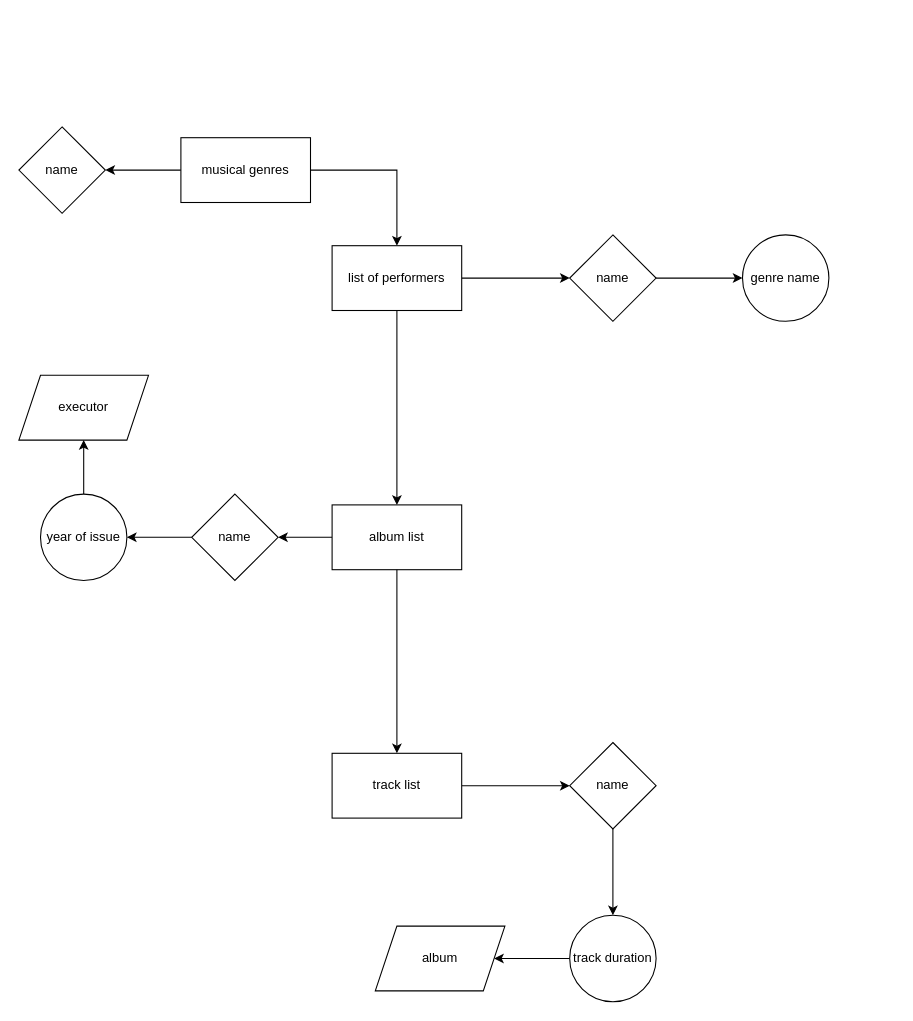
Before: Диаграмма без названия.drawio in iseleka/bd-1, a draw.io diagram. Source tidied: cells renumbered, new cells numbered last; positions are measured from the earlier drawing's top-left corner, leaving out a move shared by most shapes. Both pictures are drawn from the tidied source at 108%, with x=0, y=0 at pixel (18, 126).
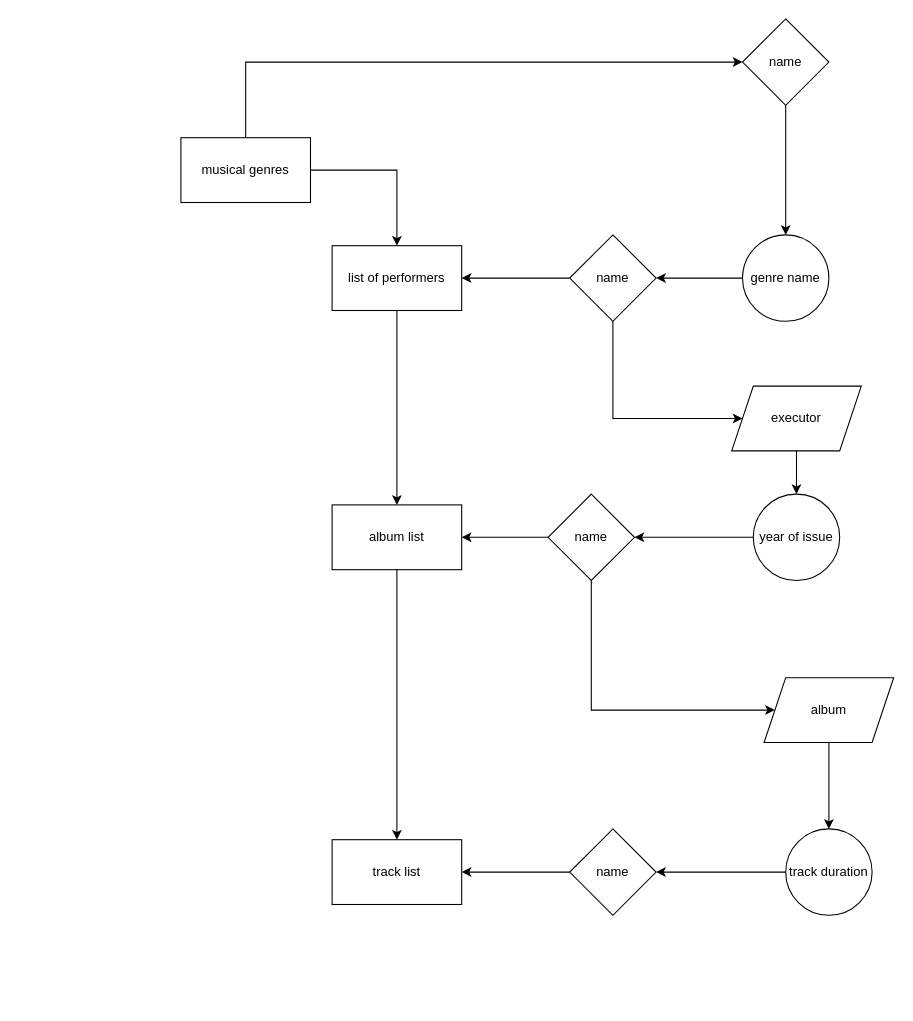
The same page after the edit.

The change refers to these unchanged cells:
```xml
<mxCell id="3" value="musical genres" style="rounded=0;whiteSpace=wrap;html=1;" parent="1" vertex="1">
  <mxGeometry x="150" y="10" width="120" height="60" as="geometry" />
</mxCell>
<mxCell id="6" value="list of performers" style="rounded=0;whiteSpace=wrap;html=1;" parent="1" vertex="1">
  <mxGeometry x="290" y="110" width="120" height="60" as="geometry" />
</mxCell>
<mxCell id="9" value="album list" style="rounded=0;whiteSpace=wrap;html=1;" parent="1" vertex="1">
  <mxGeometry x="290" y="350" width="120" height="60" as="geometry" />
</mxCell>
<mxCell id="15" value="name" style="rhombus;whiteSpace=wrap;html=1;rounded=0;" parent="1" vertex="1">
  <mxGeometry x="510" y="100" width="80" height="80" as="geometry" />
</mxCell>
<mxCell id="16" value="genre name" style="ellipse;whiteSpace=wrap;html=1;rounded=0;" parent="1" vertex="1">
  <mxGeometry x="670" y="100" width="80" height="80" as="geometry" />
</mxCell>
```

The edit, as a diff of the source:
```diff
@@
-    <mxCell id="2" style="edgeStyle=orthogonalEdgeStyle;rounded=0;jettySize=auto;html=1;" parent="1" edge="1" source="3" target="13">
-      <mxGeometry relative="1" as="geometry" />
-    </mxCell>
@@
-    <mxCell id="5" style="edgeStyle=orthogonalEdgeStyle;rounded=0;jettySize=auto;html=1;" parent="1" edge="1" source="6" target="15">
-      <mxGeometry relative="1" as="geometry" />
-    </mxCell>
@@
-    <mxCell id="8" style="edgeStyle=orthogonalEdgeStyle;rounded=0;jettySize=auto;html=1;" parent="1" edge="1" source="9" target="18">
-      <mxGeometry relative="1" as="geometry" />
-    </mxCell>
@@
-    <mxCell id="11" style="edgeStyle=orthogonalEdgeStyle;rounded=0;jettySize=auto;html=1;" parent="1" edge="1" source="12" target="23">
-      <mxGeometry relative="1" as="geometry" />
-    </mxCell>
     <mxCell id="12" value="track list" style="rounded=0;whiteSpace=wrap;html=1;" parent="1" vertex="1">
-      <mxGeometry x="290" y="580" width="120" height="60" as="geometry" />
+      <mxGeometry x="290" y="660" width="120" height="60" as="geometry" />
     </mxCell>
     <mxCell id="13" value="name" style="rhombus;whiteSpace=wrap;html=1;rounded=0;" parent="1" vertex="1">
-      <mxGeometry width="80" height="80" as="geometry" />
+      <mxGeometry x="670" y="-100" width="80" height="80" as="geometry" />
     </mxCell>
-    <mxCell id="14" style="edgeStyle=orthogonalEdgeStyle;rounded=0;jettySize=auto;html=1;" parent="1" edge="1" source="15" target="16">
-      <mxGeometry relative="1" as="geometry" />
-    </mxCell>
+    <mxCell id="27" style="edgeStyle=orthogonalEdgeStyle;rounded=0;jettySize=auto;html=1;" parent="1" edge="1" source="15" target="6">
+      <mxGeometry relative="1" as="geometry" />
+    </mxCell>
@@
+    <mxCell id="28" style="edgeStyle=orthogonalEdgeStyle;rounded=0;jettySize=auto;html=1;" parent="1" edge="1" source="16" target="15">
+      <mxGeometry relative="1" as="geometry" />
+    </mxCell>
@@
-    <mxCell id="17" style="edgeStyle=orthogonalEdgeStyle;rounded=0;jettySize=auto;html=1;" parent="1" edge="1" source="18" target="20">
-      <mxGeometry relative="1" as="geometry" />
-    </mxCell>
+    <mxCell id="29" style="edgeStyle=orthogonalEdgeStyle;rounded=0;jettySize=auto;html=1;" parent="1" edge="1" source="18" target="9">
+      <mxGeometry relative="1" as="geometry" />
+    </mxCell>
     <mxCell id="18" value="name" style="rhombus;whiteSpace=wrap;html=1;rounded=0;" parent="1" vertex="1">
-      <mxGeometry x="160" y="340" width="80" height="80" as="geometry" />
+      <mxGeometry x="490" y="340" width="80" height="80" as="geometry" />
     </mxCell>
-    <mxCell id="19" style="edgeStyle=orthogonalEdgeStyle;rounded=0;jettySize=auto;html=1;" parent="1" edge="1" source="20" target="21">
-      <mxGeometry relative="1" as="geometry" />
-    </mxCell>
+    <mxCell id="30" style="edgeStyle=orthogonalEdgeStyle;rounded=0;jettySize=auto;html=1;" parent="1" edge="1" source="20" target="18">
+      <mxGeometry relative="1" as="geometry" />
+    </mxCell>
     <mxCell id="20" value="year of issue" style="ellipse;whiteSpace=wrap;html=1;rounded=0;" parent="1" vertex="1">
-      <mxGeometry x="20" y="340" width="80" height="80" as="geometry" />
+      <mxGeometry x="680" y="340" width="80" height="80" as="geometry" />
     </mxCell>
     <mxCell id="21" value="executor" style="shape=parallelogram;perimeter=parallelogramPerimeter;whiteSpace=wrap;html=1;fixedSize=1;rounded=0;" parent="1" vertex="1">
-      <mxGeometry y="230" width="120" height="60" as="geometry" />
+      <mxGeometry x="660" y="240" width="120" height="60" as="geometry" />
     </mxCell>
-    <mxCell id="22" style="edgeStyle=orthogonalEdgeStyle;rounded=0;jettySize=auto;html=1;" parent="1" edge="1" source="23" target="25">
-      <mxGeometry relative="1" as="geometry" />
-    </mxCell>
     <mxCell id="23" value="name" style="rhombus;whiteSpace=wrap;html=1;rounded=0;" parent="1" vertex="1">
-      <mxGeometry x="510" y="570" width="80" height="80" as="geometry" />
+      <mxGeometry x="510" y="650" width="80" height="80" as="geometry" />
     </mxCell>
-    <mxCell id="24" style="edgeStyle=orthogonalEdgeStyle;rounded=0;jettySize=auto;html=1;" parent="1" edge="1" source="25" target="26">
-      <mxGeometry relative="1" as="geometry" />
-    </mxCell>
     <mxCell id="25" value="track duration" style="ellipse;whiteSpace=wrap;html=1;rounded=0;" parent="1" vertex="1">
-      <mxGeometry x="510" y="730" width="80" height="80" as="geometry" />
+      <mxGeometry x="710" y="650" width="80" height="80" as="geometry" />
     </mxCell>
+    <mxCell id="31" style="edgeStyle=orthogonalEdgeStyle;rounded=0;jettySize=auto;html=1;" parent="1" edge="1" source="26" target="25">
+      <mxGeometry relative="1" as="geometry" />
+    </mxCell>
     <mxCell id="26" value="album" style="shape=parallelogram;perimeter=parallelogramPerimeter;whiteSpace=wrap;html=1;fixedSize=1;rounded=0;" parent="1" vertex="1">
-      <mxGeometry x="330" y="740" width="120" height="60" as="geometry" />
+      <mxGeometry x="690" y="510" width="120" height="60" as="geometry" />
     </mxCell>
+    <mxCell id="32" style="endArrow=classic;html=1;rounded=0;exitX=0.5;exitY=1;exitDx=0;exitDy=0;" parent="1" edge="1" source="15" target="21">
+      <mxGeometry relative="1" as="geometry">
+        <Array as="points">
+          <mxPoint x="550" y="270" />
+        </Array>
+      </mxGeometry>
+    </mxCell>
+    <mxCell id="33" style="endArrow=classic;html=1;rounded=0;entryX=0.5;entryY=0;entryDx=0;entryDy=0;" parent="1" edge="1" source="21" target="20">
+      <mxGeometry relative="1" as="geometry" />
+    </mxCell>
+    <mxCell id="34" style="endArrow=classic;html=1;rounded=0;exitX=0.5;exitY=1;exitDx=0;exitDy=0;" parent="1" edge="1" source="18" target="26">
+      <mxGeometry relative="1" as="geometry">
+        <Array as="points">
+          <mxPoint x="530" y="540" />
+        </Array>
+      </mxGeometry>
+    </mxCell>
+    <mxCell id="35" style="endArrow=classic;html=1;rounded=0;exitX=0;exitY=0.5;exitDx=0;exitDy=0;entryX=1;entryY=0.5;entryDx=0;entryDy=0;" parent="1" edge="1" source="25" target="23">
+      <mxGeometry relative="1" as="geometry" />
+    </mxCell>
+    <mxCell id="36" style="endArrow=classic;html=1;rounded=0;exitX=0;exitY=0.5;exitDx=0;exitDy=0;entryX=1;entryY=0.5;entryDx=0;entryDy=0;" parent="1" edge="1" source="23" target="12">
+      <mxGeometry relative="1" as="geometry" />
+    </mxCell>
+    <mxCell id="2" style="endArrow=classic;html=1;rounded=0;exitX=0.5;exitY=0;exitDx=0;exitDy=0;entryX=0;entryY=0.5;entryDx=0;entryDy=0;" parent="1" edge="1" source="3" target="13">
+      <mxGeometry relative="1" as="geometry">
+        <Array as="points">
+          <mxPoint x="210" y="-60" />
+        </Array>
+      </mxGeometry>
+    </mxCell>
+    <mxCell id="37" style="endArrow=classic;html=1;rounded=0;exitX=0.5;exitY=1;exitDx=0;exitDy=0;entryX=0.5;entryY=0;entryDx=0;entryDy=0;" parent="1" edge="1" source="13" target="16">
+      <mxGeometry relative="1" as="geometry" />
+    </mxCell>
```
